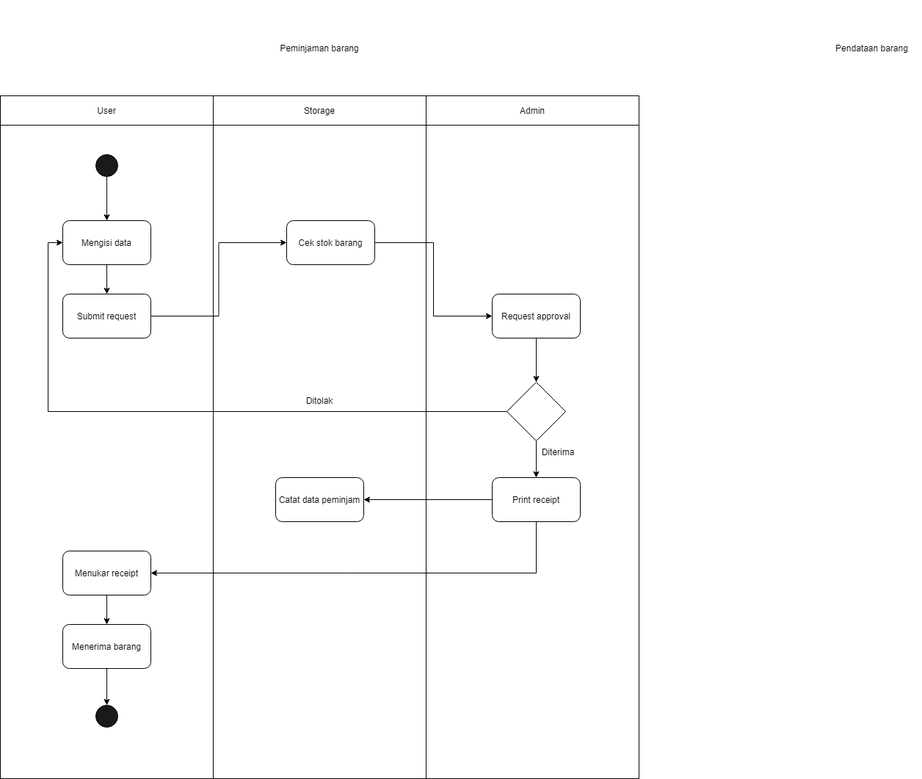
johannfac/aplikasipeminjamanaset keeps this draw.io diagram as diagrams/Activity Diagram.drawio.png. Above is the earlier version. Source tidied: cells renumbered, new cells last; positions are measured from the earlier drawing's top-left corner, leaving out a move shared by most shapes.
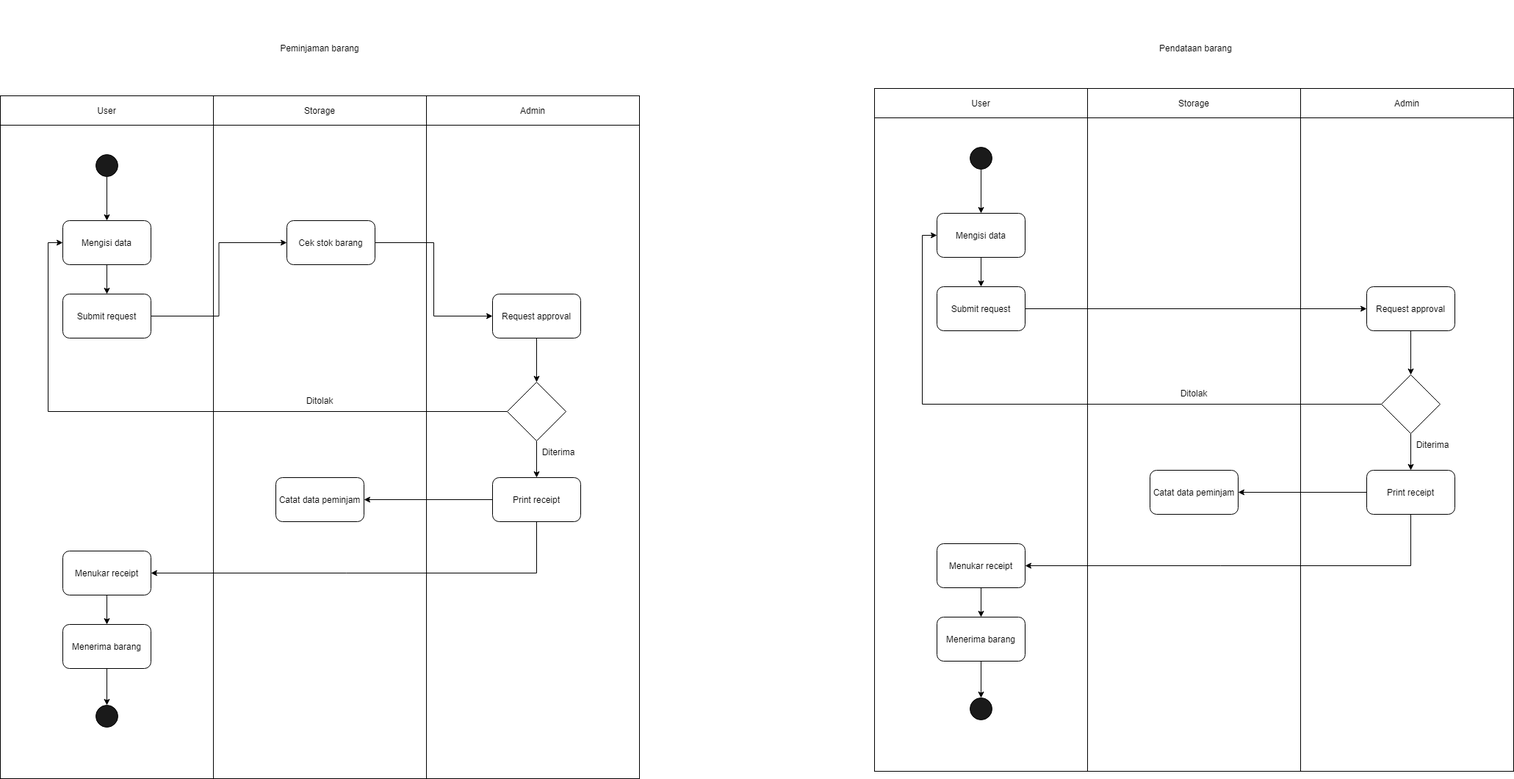
After the change.

What changed in the source:
```diff
@@ -21,7 +21,7 @@
       <mxGeometry x="85" y="300" width="120" height="60" as="geometry" />
     </mxCell>
     <mxCell id="8" value="Pendataan barang" style="text;html=1;strokeColor=none;fillColor=none;align=center;verticalAlign=middle;whiteSpace=wrap;rounded=0;" parent="1" vertex="1">
-      <mxGeometry x="1120" y="20" width="135" height="90" as="geometry" />
+      <mxGeometry x="1560" y="20" width="135" height="90" as="geometry" />
     </mxCell>
     <mxCell id="9" value="User" style="rounded=0;whiteSpace=wrap;html=1;fillColor=#FFFFFF;" parent="1" vertex="1">
       <mxGeometry y="130" width="290" height="40" as="geometry" />
@@ -92,11 +92,95 @@
     <mxCell id="31" style="ellipse;whiteSpace=wrap;html=1;fillColor=#1A1A1A;" parent="1" vertex="1">
       <mxGeometry x="130" y="960" width="30" height="30" as="geometry" />
     </mxCell>
+    <mxCell id="34" style="rounded=0;whiteSpace=wrap;html=1;fillColor=#FFFFFF;" parent="1" vertex="1">
+      <mxGeometry x="1480" y="160" width="290" height="890" as="geometry" />
+    </mxCell>
     <mxCell id="32" style="edgeStyle=orthogonalEdgeStyle;rounded=0;jettySize=auto;html=1;exitX=1;exitY=0.5;exitDx=0;exitDy=0;entryX=0;entryY=0.5;entryDx=0;entryDy=0;" parent="1" edge="1" source="33" target="17">
       <mxGeometry relative="1" as="geometry" />
     </mxCell>
+    <mxCell id="35" style="rounded=0;whiteSpace=wrap;html=1;fillColor=#FFFFFF;" parent="1" vertex="1">
+      <mxGeometry x="1190" y="160" width="290" height="890" as="geometry" />
+    </mxCell>
     <mxCell id="33" value="Cek stok barang" style="rounded=1;whiteSpace=wrap;html=1;fillColor=#FFFFFF;" parent="1" vertex="1">
       <mxGeometry x="390" y="300" width="120" height="60" as="geometry" />
     </mxCell>
+    <mxCell id="36" style="edgeStyle=orthogonalEdgeStyle;rounded=0;jettySize=auto;html=1;exitX=0.5;exitY=1;exitDx=0;exitDy=0;" parent="1" edge="1" source="37" target="39">
+      <mxGeometry relative="1" as="geometry" />
+    </mxCell>
+    <mxCell id="37" style="ellipse;whiteSpace=wrap;html=1;fillColor=#1A1A1A;" parent="1" vertex="1">
+      <mxGeometry x="1320" y="200" width="30" height="30" as="geometry" />
+    </mxCell>
+    <mxCell id="38" style="edgeStyle=orthogonalEdgeStyle;rounded=0;jettySize=auto;html=1;exitX=0.5;exitY=1;exitDx=0;exitDy=0;entryX=0.5;entryY=0;entryDx=0;entryDy=0;" parent="1" edge="1" source="39" target="45">
+      <mxGeometry relative="1" as="geometry" />
+    </mxCell>
+    <mxCell id="39" value="Mengisi data" style="rounded=1;whiteSpace=wrap;html=1;fillColor=#FFFFFF;" parent="1" vertex="1">
+      <mxGeometry x="1275" y="290" width="120" height="60" as="geometry" />
+    </mxCell>
+    <mxCell id="40" value="User" style="rounded=0;whiteSpace=wrap;html=1;fillColor=#FFFFFF;" parent="1" vertex="1">
+      <mxGeometry x="1190" y="120" width="290" height="40" as="geometry" />
+    </mxCell>
+    <mxCell id="41" value="Storage" style="rounded=0;whiteSpace=wrap;html=1;fillColor=#FFFFFF;" parent="1" vertex="1">
+      <mxGeometry x="1480" y="120" width="290" height="40" as="geometry" />
+    </mxCell>
+    <mxCell id="42" value="Admin" style="rounded=0;whiteSpace=wrap;html=1;fillColor=#FFFFFF;" parent="1" vertex="1">
+      <mxGeometry x="1770" y="120" width="290" height="40" as="geometry" />
+    </mxCell>
+    <mxCell id="43" style="rounded=0;whiteSpace=wrap;html=1;fillColor=#FFFFFF;" parent="1" vertex="1">
+      <mxGeometry x="1770" y="160" width="290" height="890" as="geometry" />
+    </mxCell>
+    <mxCell id="44" style="edgeStyle=orthogonalEdgeStyle;rounded=0;jettySize=auto;html=1;exitX=1;exitY=0.5;exitDx=0;exitDy=0;entryX=0;entryY=0.5;entryDx=0;entryDy=0;" parent="1" edge="1" source="45" target="47">
+      <mxGeometry relative="1" as="geometry" />
+    </mxCell>
+    <mxCell id="45" value="Submit request" style="rounded=1;whiteSpace=wrap;html=1;fillColor=#FFFFFF;" parent="1" vertex="1">
+      <mxGeometry x="1275" y="390" width="120" height="60" as="geometry" />
+    </mxCell>
+    <mxCell id="46" style="edgeStyle=orthogonalEdgeStyle;rounded=0;jettySize=auto;html=1;exitX=0.5;exitY=1;exitDx=0;exitDy=0;entryX=0.5;entryY=0;entryDx=0;entryDy=0;" parent="1" edge="1" source="47" target="50">
+      <mxGeometry relative="1" as="geometry" />
+    </mxCell>
+    <mxCell id="47" value="Request approval" style="rounded=1;whiteSpace=wrap;html=1;fillColor=#FFFFFF;" parent="1" vertex="1">
+      <mxGeometry x="1860" y="390" width="120" height="60" as="geometry" />
+    </mxCell>
+    <mxCell id="48" style="edgeStyle=orthogonalEdgeStyle;rounded=0;jettySize=auto;html=1;exitX=0;exitY=0.5;exitDx=0;exitDy=0;entryX=0;entryY=0.5;entryDx=0;entryDy=0;" parent="1" edge="1" source="50" target="39">
+      <mxGeometry relative="1" as="geometry" />
+    </mxCell>
+    <mxCell id="49" style="edgeStyle=orthogonalEdgeStyle;rounded=0;jettySize=auto;html=1;exitX=0.5;exitY=1;exitDx=0;exitDy=0;" parent="1" edge="1" source="50" target="53">
+      <mxGeometry relative="1" as="geometry" />
+    </mxCell>
+    <mxCell id="50" style="rhombus;whiteSpace=wrap;html=1;" parent="1" vertex="1">
+      <mxGeometry x="1880" y="510" width="80" height="80" as="geometry" />
+    </mxCell>
+    <mxCell id="51" style="edgeStyle=orthogonalEdgeStyle;rounded=0;jettySize=auto;html=1;exitX=0;exitY=0.5;exitDx=0;exitDy=0;entryX=1;entryY=0.5;entryDx=0;entryDy=0;" parent="1" edge="1" source="53" target="58">
+      <mxGeometry relative="1" as="geometry" />
+    </mxCell>
+    <mxCell id="52" style="edgeStyle=orthogonalEdgeStyle;rounded=0;jettySize=auto;html=1;exitX=0.5;exitY=1;exitDx=0;exitDy=0;entryX=1;entryY=0.5;entryDx=0;entryDy=0;" parent="1" edge="1" source="53" target="57">
+      <mxGeometry relative="1" as="geometry" />
+    </mxCell>
+    <mxCell id="53" value="Print receipt" style="rounded=1;whiteSpace=wrap;html=1;fillColor=#FFFFFF;" parent="1" vertex="1">
+      <mxGeometry x="1860" y="640" width="120" height="60" as="geometry" />
+    </mxCell>
+    <mxCell id="54" value="Ditolak" style="text;html=1;strokeColor=none;fillColor=none;align=center;verticalAlign=middle;whiteSpace=wrap;rounded=0;" parent="1" vertex="1">
+      <mxGeometry x="1595" y="520" width="60" height="30" as="geometry" />
+    </mxCell>
+    <mxCell id="55" value="Diterima" style="text;html=1;strokeColor=none;fillColor=none;align=center;verticalAlign=middle;whiteSpace=wrap;rounded=0;" parent="1" vertex="1">
+      <mxGeometry x="1920" y="590" width="60" height="30" as="geometry" />
+    </mxCell>
+    <mxCell id="56" style="edgeStyle=orthogonalEdgeStyle;rounded=0;jettySize=auto;html=1;exitX=0.5;exitY=1;exitDx=0;exitDy=0;entryX=0.5;entryY=0;entryDx=0;entryDy=0;" parent="1" edge="1" source="57" target="60">
+      <mxGeometry relative="1" as="geometry" />
+    </mxCell>
+    <mxCell id="57" value="Menukar receipt" style="rounded=1;whiteSpace=wrap;html=1;fillColor=#FFFFFF;" parent="1" vertex="1">
+      <mxGeometry x="1275" y="740" width="120" height="60" as="geometry" />
+    </mxCell>
+    <mxCell id="58" value="Catat data peminjam" style="rounded=1;whiteSpace=wrap;html=1;fillColor=#FFFFFF;" parent="1" vertex="1">
+      <mxGeometry x="1565" y="640" width="120" height="60" as="geometry" />
+    </mxCell>
+    <mxCell id="59" style="edgeStyle=orthogonalEdgeStyle;rounded=0;jettySize=auto;html=1;exitX=0.5;exitY=1;exitDx=0;exitDy=0;entryX=0.5;entryY=0;entryDx=0;entryDy=0;" parent="1" edge="1" source="60" target="61">
+      <mxGeometry relative="1" as="geometry" />
+    </mxCell>
+    <mxCell id="60" value="Menerima barang" style="rounded=1;whiteSpace=wrap;html=1;fillColor=#FFFFFF;" parent="1" vertex="1">
+      <mxGeometry x="1275" y="840" width="120" height="60" as="geometry" />
+    </mxCell>
+    <mxCell id="61" style="ellipse;whiteSpace=wrap;html=1;fillColor=#1A1A1A;" parent="1" vertex="1">
+      <mxGeometry x="1320" y="950" width="30" height="30" as="geometry" />
+    </mxCell>
   </root>
 </mxGraphModel>
```
